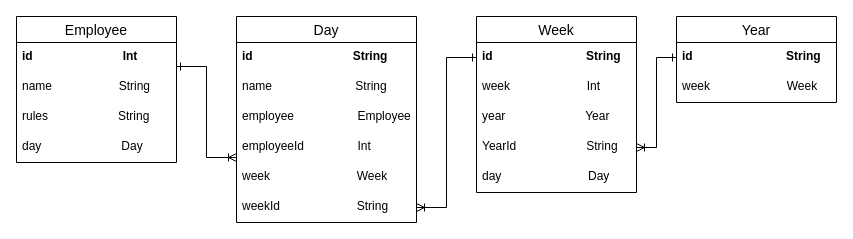
Above: oppgave_3/documentation/datamodel.drawio in omrosand/webapp-eksamen (draw.io), before the change. Source tidied: cells renumbered, new cells numbered last; positions are measured from the earlier drawing's top-left corner, leaving out a move shared by most shapes. Both pictures are drawn from the tidied source at 100%, with x=0, y=0 at pixel (16, 16).
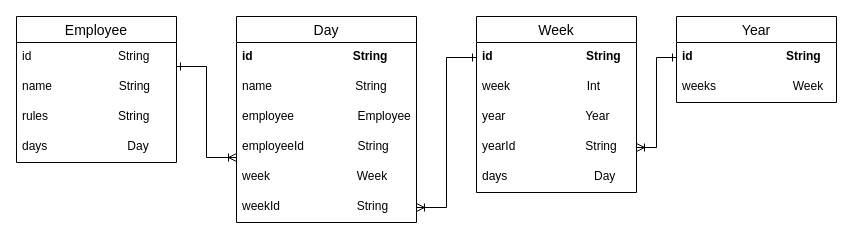
Above is the later version.

The change refers to these unchanged cells:
```xml
<mxCell id="2" value="Year" style="swimlane;fontStyle=0;horizontal=1;startSize=26;align=center;fontSize=14;" parent="1" vertex="1">
  <mxGeometry x="660" width="160" height="86" as="geometry" />
</mxCell>
<mxCell id="5" value="Week" style="swimlane;fontStyle=0;horizontal=1;startSize=26;align=center;fontSize=14;" parent="1" vertex="1">
  <mxGeometry x="460" width="160" height="176" as="geometry" />
</mxCell>
<mxCell id="11" value="Day" style="swimlane;fontStyle=0;horizontal=1;startSize=26;align=center;fontSize=14;" parent="1" vertex="1">
  <mxGeometry x="220" width="180" height="206" as="geometry" />
</mxCell>
<mxCell id="18" value="Employee" style="swimlane;fontStyle=0;horizontal=1;startSize=26;align=center;fontSize=14;labelBackgroundColor=default;fillColor=none;" parent="1" vertex="1">
  <mxGeometry width="160" height="146" as="geometry" />
</mxCell>
```

Diff of the diagram source:
```diff
@@
-    <mxCell id="4" value="week                       Week" style="text;strokeColor=none;fillColor=none;spacingLeft=4;spacingRight=4;overflow=hidden;fontSize=12;" parent="2" vertex="1">
+    <mxCell id="4" value="weeks                       Week" style="text;strokeColor=none;fillColor=none;spacingLeft=4;spacingRight=4;overflow=hidden;fontSize=12;" parent="2" vertex="1">
       <mxGeometry y="56" width="160" height="30" as="geometry" />
     </mxCell>
@@
-    <mxCell id="9" value="YearId                     String&#10;" style="text;strokeColor=none;fillColor=none;spacingLeft=4;spacingRight=4;overflow=hidden;points=[[0,0.5],[1,0.5]];portConstraint=eastwest;fontSize=12;" parent="5" vertex="1">
+    <mxCell id="9" value="yearId                     String&#10;" style="text;strokeColor=none;fillColor=none;spacingLeft=4;spacingRight=4;overflow=hidden;points=[[0,0.5],[1,0.5]];portConstraint=eastwest;fontSize=12;" parent="5" vertex="1">
       <mxGeometry y="116" width="160" height="30" as="geometry" />
     </mxCell>
-    <mxCell id="10" value="day                          Day&#10;" style="text;strokeColor=none;fillColor=none;spacingLeft=4;spacingRight=4;overflow=hidden;fontSize=12;" parent="5" vertex="1">
+    <mxCell id="10" value="days                          Day&#10;" style="text;strokeColor=none;fillColor=none;spacingLeft=4;spacingRight=4;overflow=hidden;fontSize=12;" parent="5" vertex="1">
       <mxGeometry y="146" width="160" height="30" as="geometry" />
     </mxCell>
@@
-    <mxCell id="15" value="employeeId                Int" style="text;strokeColor=none;fillColor=none;spacingLeft=4;spacingRight=4;overflow=hidden;fontSize=12;" parent="11" vertex="1">
+    <mxCell id="15" value="employeeId                String" style="text;strokeColor=none;fillColor=none;spacingLeft=4;spacingRight=4;overflow=hidden;fontSize=12;" parent="11" vertex="1">
       <mxGeometry y="116" width="180" height="30" as="geometry" />
     </mxCell>
@@
-    <mxCell id="19" value="id                           Int" style="text;strokeColor=none;fillColor=none;spacingLeft=4;spacingRight=4;overflow=hidden;fontSize=12;fontStyle=1;" parent="18" vertex="1">
+    <mxCell id="19" value="id                          String" style="text;strokeColor=none;fillColor=none;spacingLeft=4;spacingRight=4;overflow=hidden;fontSize=12;fontStyle=0;" parent="18" vertex="1">
       <mxGeometry y="26" width="160" height="30" as="geometry" />
     </mxCell>
@@
-    <mxCell id="22" value="day                        Day" style="text;strokeColor=none;fillColor=none;spacingLeft=4;spacingRight=4;overflow=hidden;fontSize=12;" parent="18" vertex="1">
+    <mxCell id="22" value="days                        Day" style="text;strokeColor=none;fillColor=none;spacingLeft=4;spacingRight=4;overflow=hidden;fontSize=12;" parent="18" vertex="1">
       <mxGeometry y="116" width="160" height="30" as="geometry" />
     </mxCell>
```
